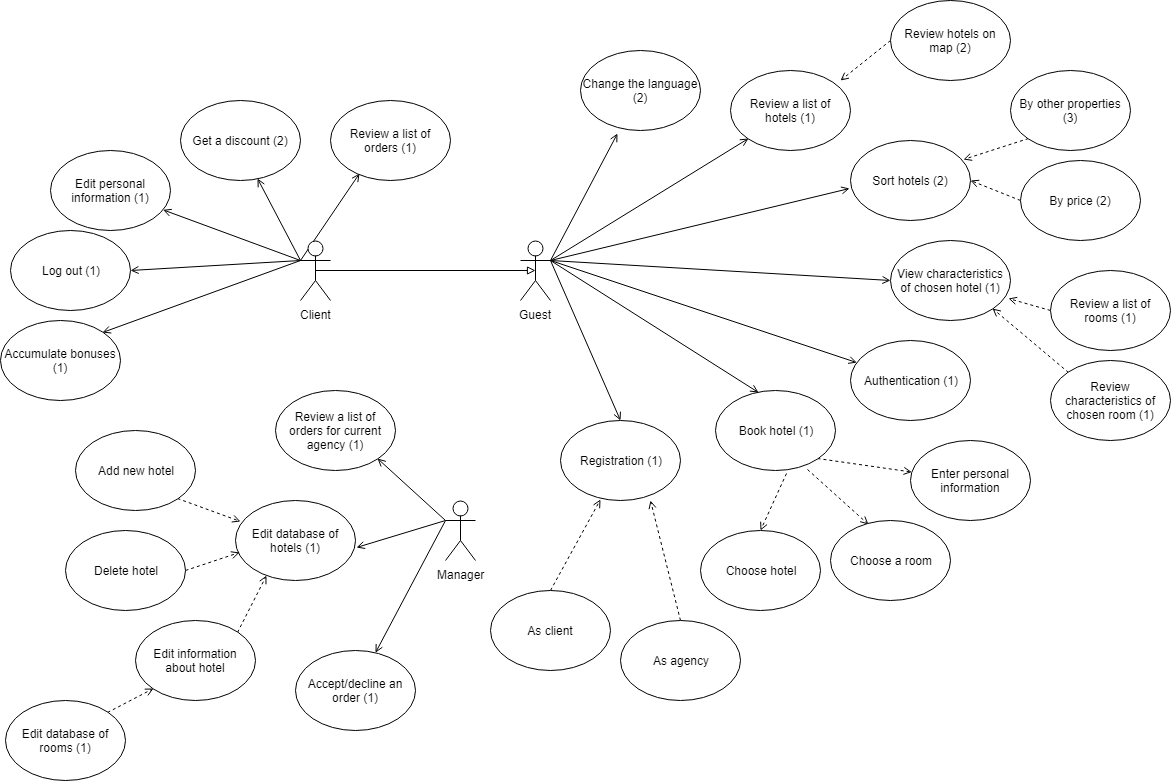
Above: docs/UseCase.png in telamar/HotelBooking (draw.io), before the change. Source tidied: cells renumbered, new cells last; positions are measured from the earlier drawing's top-left corner, leaving out a move shared by most shapes.
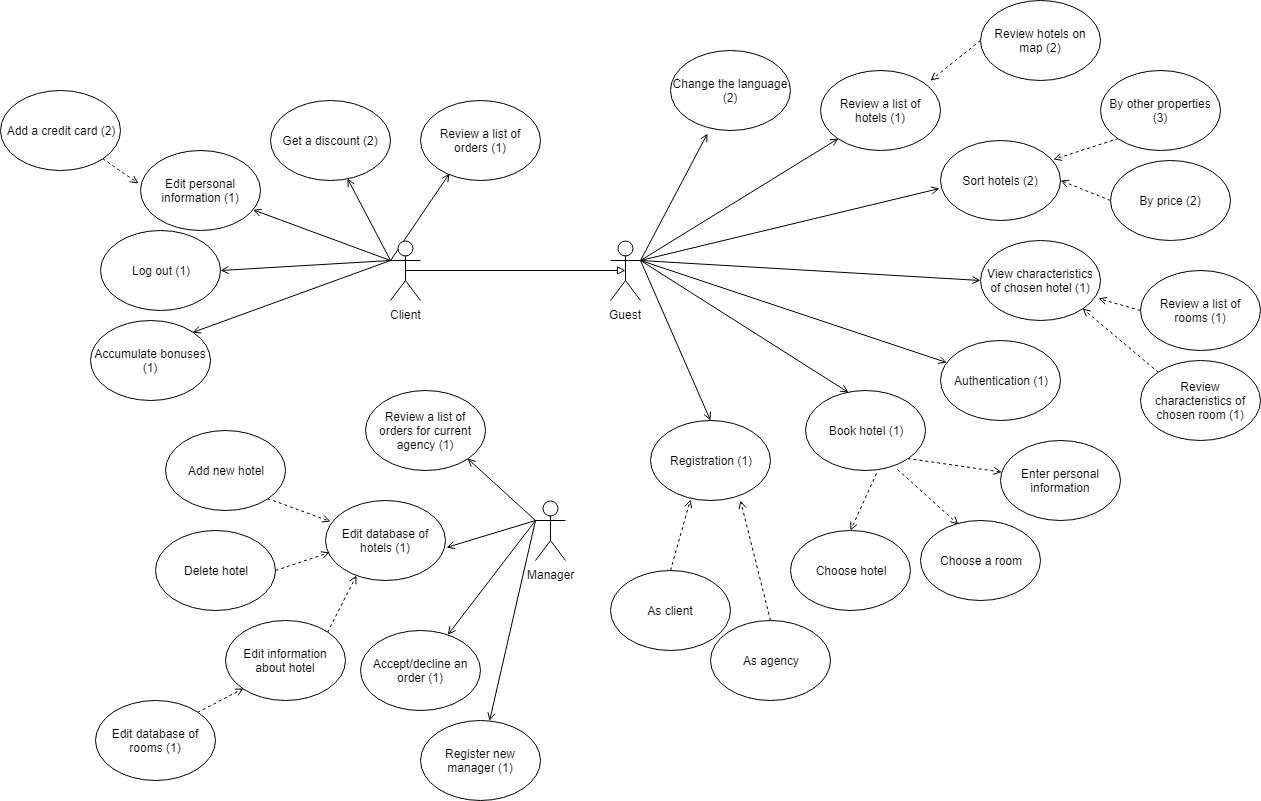
The same diagram one commit later.

Commit message:
The final version of use case diagram

Change to the diagram source:
```diff
@@ -109,6 +109,9 @@
     <mxCell id="36" style="edgeStyle=none;rounded=0;jettySize=auto;html=1;exitX=0;exitY=0.3333333333333333;exitDx=0;exitDy=0;exitPerimeter=0;entryX=1;entryY=1;entryDx=0;entryDy=0;endArrow=open;endFill=0;" parent="1" edge="1" source="37" target="45">
       <mxGeometry relative="1" as="geometry" />
     </mxCell>
+    <mxCell id="64" style="edgeStyle=none;rounded=0;jettySize=auto;html=1;exitX=0;exitY=0.3333333333333333;exitDx=0;exitDy=0;exitPerimeter=0;endArrow=open;endFill=0;" parent="1" edge="1" source="37" target="67">
+      <mxGeometry relative="1" as="geometry" />
+    </mxCell>
     <mxCell id="37" value="Manager" style="shape=umlActor;verticalLabelPosition=bottom;labelBackgroundColor=#ffffff;verticalAlign=top;html=1;outlineConnect=0;" parent="1" vertex="1">
       <mxGeometry x="445" y="500" width="30" height="60" as="geometry" />
     </mxCell>
@@ -131,7 +134,7 @@
       <mxGeometry x="135" y="620" width="120" height="80" as="geometry" />
     </mxCell>
     <mxCell id="44" value="Accept/decline an order (1)" style="ellipse;whiteSpace=wrap;html=1;" parent="1" vertex="1">
-      <mxGeometry x="295" y="650" width="120" height="80" as="geometry" />
+      <mxGeometry x="270" y="630" width="120" height="80" as="geometry" />
     </mxCell>
     <mxCell id="45" value="Review a list of orders for current agency (1)" style="ellipse;whiteSpace=wrap;html=1;" parent="1" vertex="1">
       <mxGeometry x="275" y="390" width="120" height="80" as="geometry" />
@@ -181,7 +184,7 @@
       <mxGeometry relative="1" as="geometry" />
     </mxCell>
     <mxCell id="60" value="As client" style="ellipse;whiteSpace=wrap;html=1;" parent="1" vertex="1">
-      <mxGeometry x="490" y="590" width="120" height="80" as="geometry" />
+      <mxGeometry x="520" y="570" width="120" height="80" as="geometry" />
     </mxCell>
     <mxCell id="61" style="edgeStyle=none;rounded=0;jettySize=auto;html=1;exitX=0.5;exitY=0;exitDx=0;exitDy=0;entryX=0.75;entryY=1;entryDx=0;entryDy=0;entryPerimeter=0;dashed=1;endArrow=open;endFill=0;" parent="1" edge="1" source="62" target="16">
       <mxGeometry relative="1" as="geometry" />
@@ -192,5 +195,14 @@
     <mxCell id="63" value="Change the language (2)" style="ellipse;whiteSpace=wrap;html=1;" parent="1" vertex="1">
       <mxGeometry x="580" y="50" width="120" height="80" as="geometry" />
     </mxCell>
+    <mxCell id="65" style="rounded=0;jettySize=auto;html=1;exitX=1;exitY=1;exitDx=0;exitDy=0;entryX=-0.017;entryY=0.413;entryDx=0;entryDy=0;entryPerimeter=0;dashed=1;endArrow=open;endFill=0;" parent="1" edge="1" source="66" target="30">
+      <mxGeometry relative="1" as="geometry" />
+    </mxCell>
+    <mxCell id="66" value="Add a credit card (2)" style="ellipse;whiteSpace=wrap;html=1;" parent="1" vertex="1">
+      <mxGeometry x="-90" y="90" width="120" height="80" as="geometry" />
+    </mxCell>
+    <mxCell id="67" value="Register new manager (1)" style="ellipse;whiteSpace=wrap;html=1;" parent="1" vertex="1">
+      <mxGeometry x="330" y="720" width="120" height="80" as="geometry" />
+    </mxCell>
   </root>
 </mxGraphModel>
```
